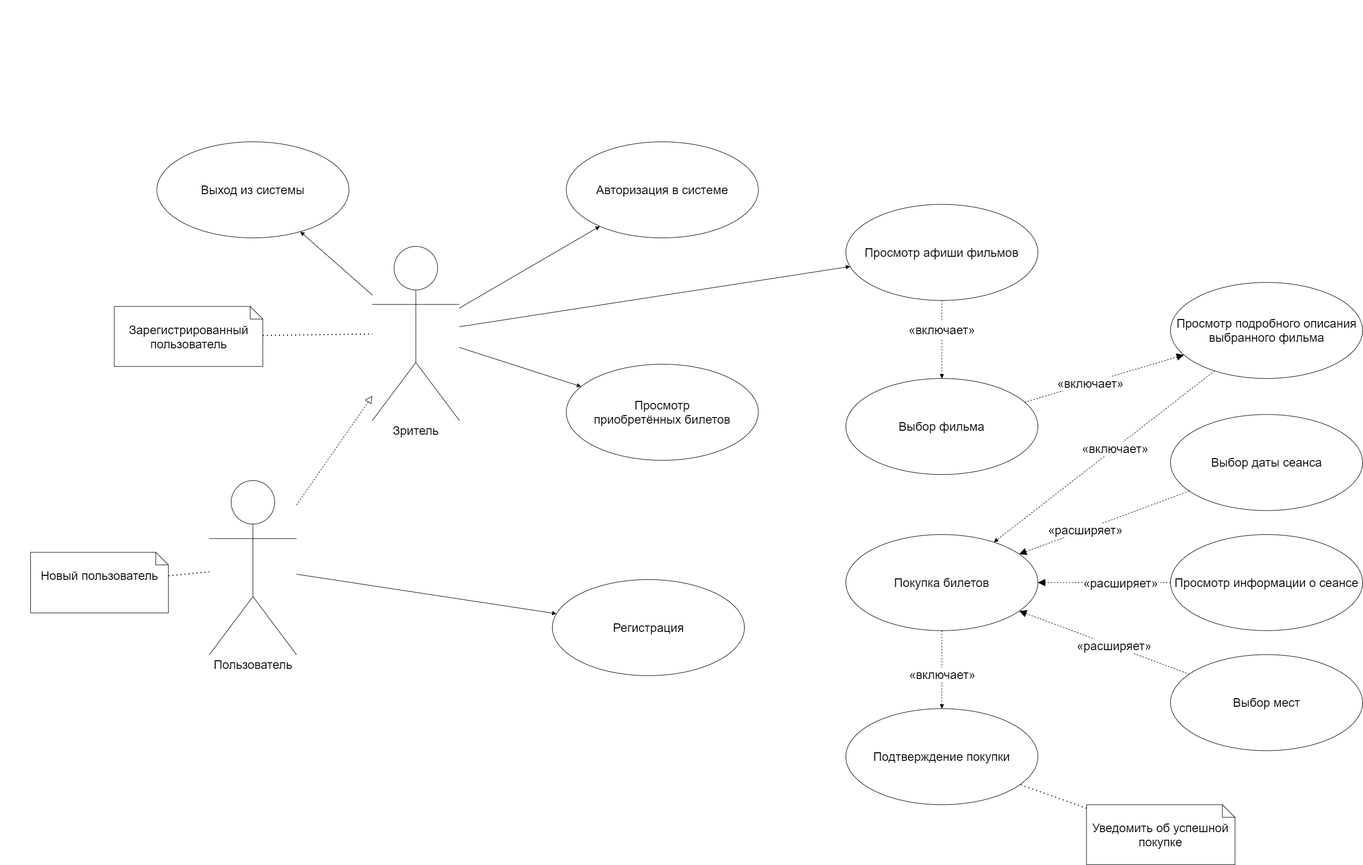
This is images and schemes/UML use case diagram.png from xreyaf/cinema-app, a draw.io export, as it was before one commit. Source tidied: cells renumbered, new cells last; positions are measured from the earlier drawing's top-left corner, leaving out a move shared by most shapes.
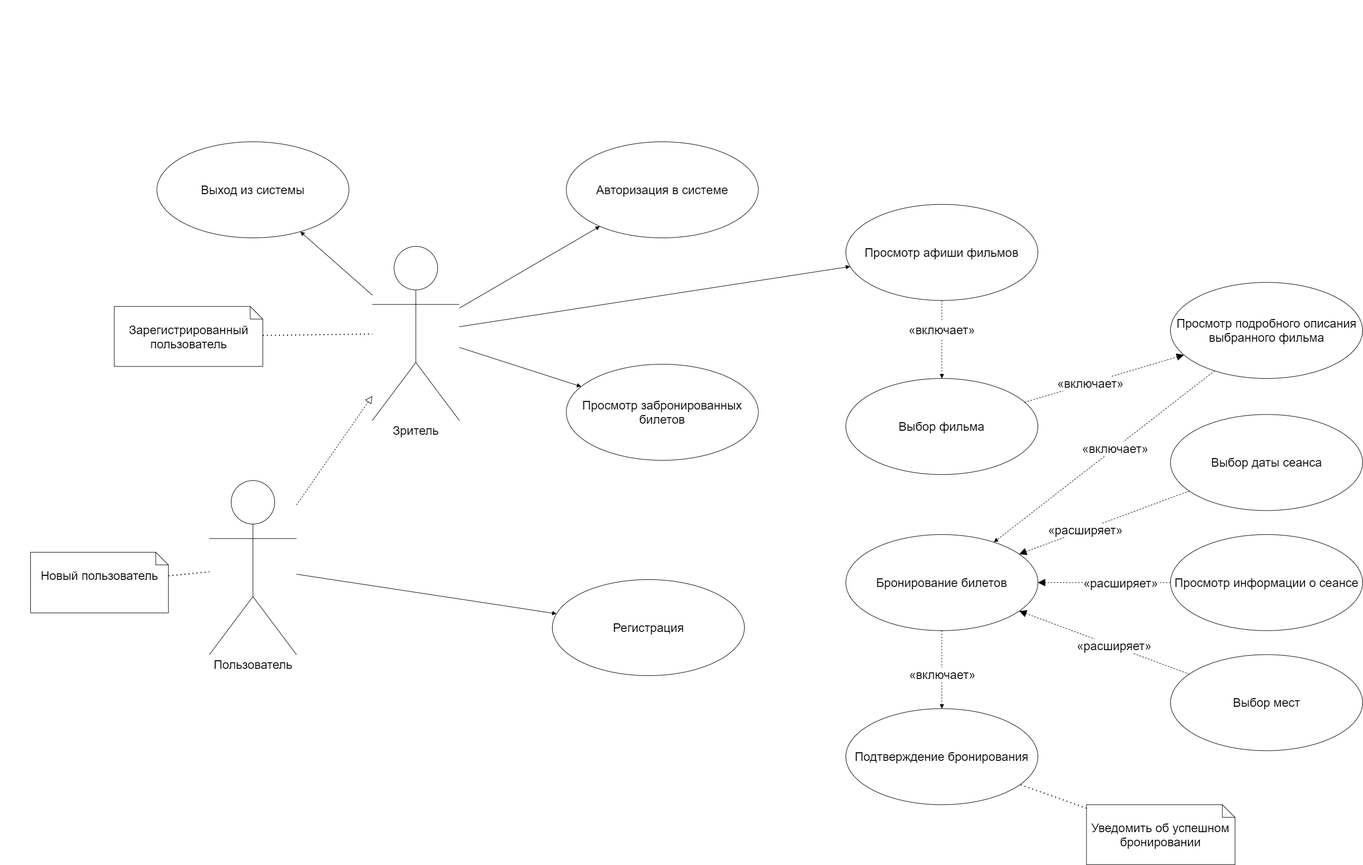
The same diagram one commit later.

Change to the diagram source:
```diff
@@ -20,10 +20,10 @@
     <mxCell id="7" value="&lt;font style=&quot;font-size: 24px&quot;&gt;Выбор мест&lt;/font&gt;" style="ellipse;whiteSpace=wrap;html=1;" parent="2" vertex="1">
       <mxGeometry x="2315.6" y="1294.4" width="380" height="190" as="geometry" />
     </mxCell>
-    <mxCell id="8" value="&lt;span style=&quot;font-size: 24px&quot;&gt;Покупка билетов&lt;/span&gt;" style="ellipse;whiteSpace=wrap;html=1;" parent="2" vertex="1">
+    <mxCell id="8" value="&lt;span style=&quot;font-size: 24px&quot;&gt;Бронирование билетов&lt;/span&gt;" style="ellipse;whiteSpace=wrap;html=1;" parent="2" vertex="1">
       <mxGeometry x="1673.2" y="1056.9" width="380" height="190" as="geometry" />
     </mxCell>
-    <mxCell id="9" value="&lt;span style=&quot;font-size: 24px&quot;&gt;Просмотр приобретённых&amp;nbsp;билетов&lt;/span&gt;" style="ellipse;whiteSpace=wrap;html=1;" parent="2" vertex="1">
+    <mxCell id="9" value="&lt;span style=&quot;font-size: 24px&quot;&gt;Просмотр забронированных билетов&lt;/span&gt;" style="ellipse;whiteSpace=wrap;html=1;" parent="2" vertex="1">
       <mxGeometry x="1120" y="720" width="380" height="190" as="geometry" />
     </mxCell>
     <mxCell id="10" value="&lt;span style=&quot;font-size: 24px&quot;&gt;Новый пользователь&lt;/span&gt;" style="shape=note2;boundedLbl=1;whiteSpace=wrap;html=1;size=25;verticalAlign=top;align=center;" parent="2" vertex="1">
@@ -98,13 +98,13 @@
     <mxCell id="33" style="endArrow=block;startArrow=none;endFill=1;startFill=0;html=1;" parent="2" edge="1" source="14" target="32">
       <mxGeometry relative="1" as="geometry" />
     </mxCell>
-    <mxCell id="34" value="&lt;span style=&quot;font-size: 24px&quot;&gt;Уведомить об успешной покупке&lt;/span&gt;" style="shape=note2;boundedLbl=1;whiteSpace=wrap;html=1;size=25;verticalAlign=top;align=center;" parent="2" vertex="1">
+    <mxCell id="34" value="&lt;span style=&quot;font-size: 24px&quot;&gt;Уведомить об успешном бронировании&lt;/span&gt;" style="shape=note2;boundedLbl=1;whiteSpace=wrap;html=1;size=25;verticalAlign=top;align=center;" parent="2" vertex="1">
       <mxGeometry x="2149.4" y="1591.2" width="293.9" height="118.8" as="geometry" />
     </mxCell>
     <mxCell id="35" style="endArrow=none;dashed=1;html=1;dashPattern=1 3;strokeWidth=2;" parent="2" edge="1" source="34" target="36">
       <mxGeometry relative="1" as="geometry" />
     </mxCell>
-    <mxCell id="36" value="&lt;font style=&quot;font-size: 24px&quot;&gt;Подтверждение покупки&lt;/font&gt;" style="ellipse;whiteSpace=wrap;html=1;" parent="2" vertex="1">
+    <mxCell id="36" value="&lt;font style=&quot;font-size: 24px&quot;&gt;Подтверждение бронирования&lt;/font&gt;" style="ellipse;whiteSpace=wrap;html=1;" parent="2" vertex="1">
       <mxGeometry x="1673.2" y="1401.2" width="380" height="190" as="geometry" />
     </mxCell>
     <mxCell id="37" style="endArrow=block;startArrow=none;endFill=1;startFill=0;html=1;dashed=1;" parent="2" edge="1" source="4" target="5">
```
